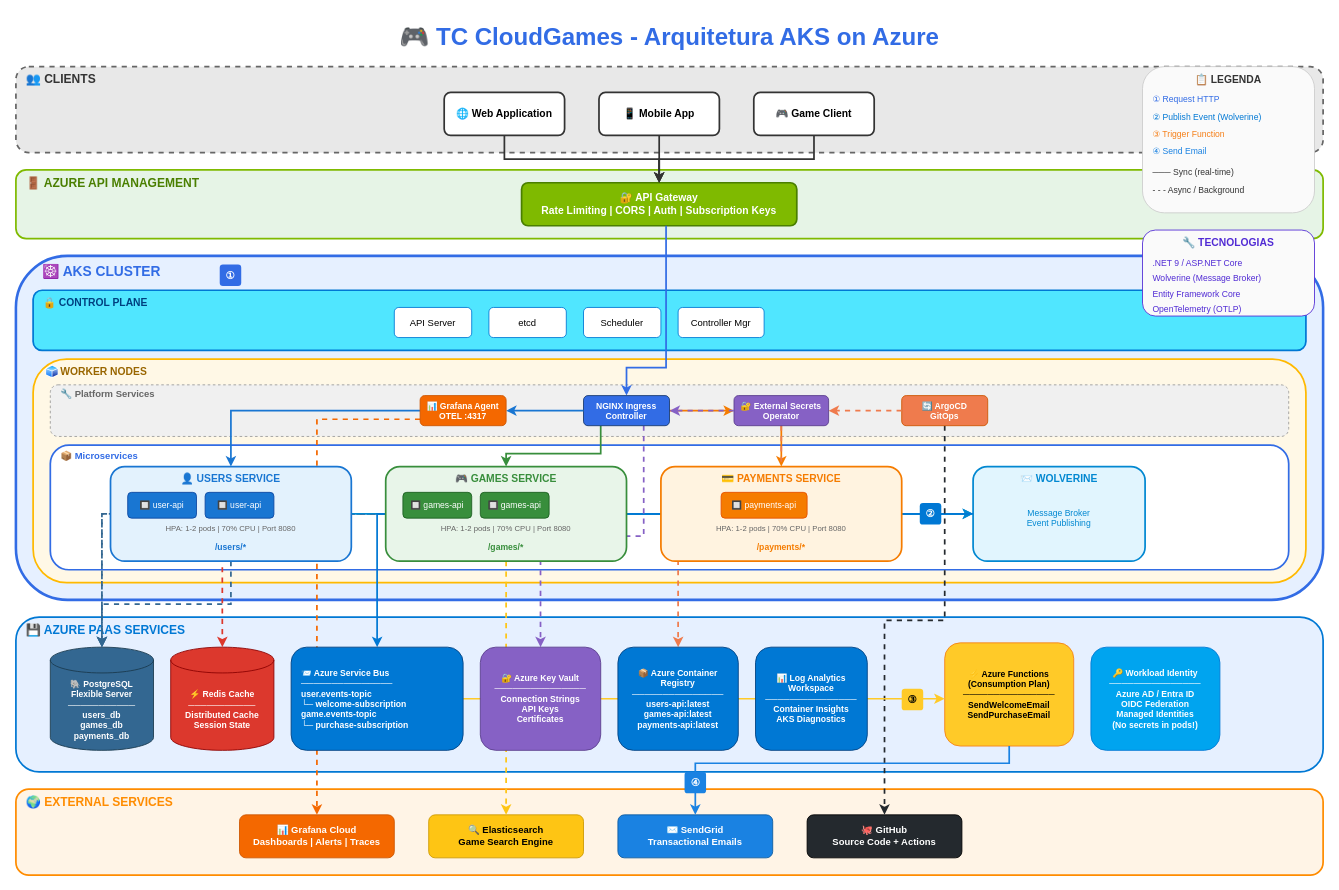
This is docs/tc-cloudgames-aks-architecture.drawio from rdpresser/tc-cloudgames-solution, a draw.io file, before an edit. Source tidied: cells renumbered, new cells numbered last; positions are measured from the earlier drawing's top-left corner, leaving out a move shared by most shapes. Both pictures are drawn from the tidied source at 86%, with x=0, y=0 at pixel (15, 15).
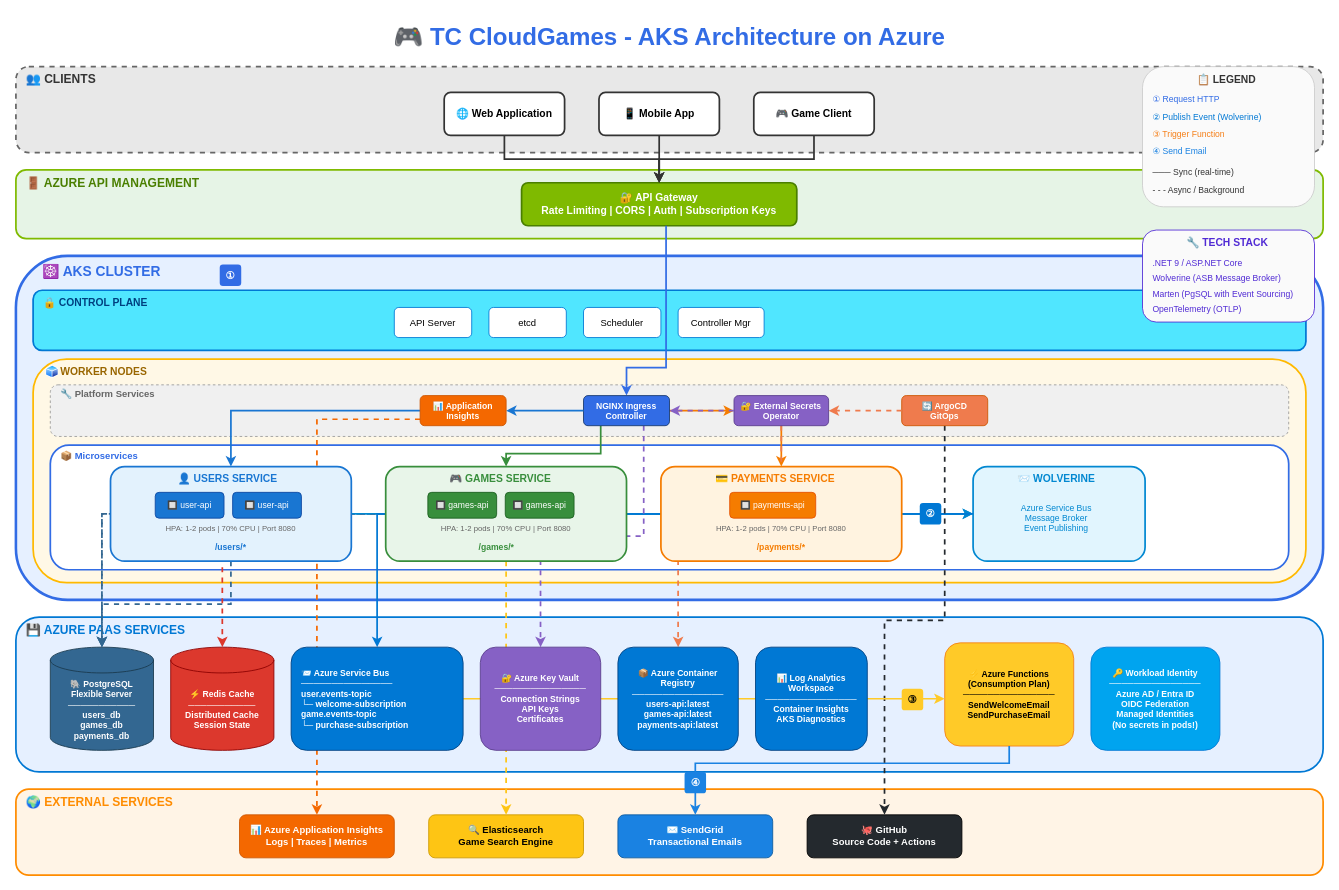
The same diagram, later.

The edit, as a diff of the source:
```diff
@@
-    <mxCell id="2" value="🎮 TC CloudGames - Arquitetura AKS on Azure" style="text;html=1;strokeColor=none;fillColor=none;align=center;verticalAlign=middle;whiteSpace=wrap;rounded=0;fontSize=28;fontStyle=1;fontColor=#326CE5;" parent="1" vertex="1">
+    <mxCell id="2" value="🎮 TC CloudGames - AKS Architecture&amp;nbsp;on Azure" style="text;html=1;strokeColor=none;fillColor=none;align=center;verticalAlign=middle;whiteSpace=wrap;rounded=0;fontSize=28;fontStyle=1;fontColor=#326CE5;" parent="1" vertex="1">
       <mxGeometry x="360" width="800" height="50" as="geometry" />
     </mxCell>
@@
     <mxCell id="26" value="📨 WOLVERINE" style="text;html=1;strokeColor=none;fillColor=none;align=center;verticalAlign=middle;whiteSpace=wrap;rounded=0;fontSize=12;fontStyle=1;fontColor=#0288D1;" parent="1" vertex="1">
-      <mxGeometry x="1113" y="530" width="200" height="20" as="geometry" />
+      <mxGeometry x="1113" y="530" width="194" height="20" as="geometry" />
     </mxCell>
-    <mxCell id="27" value="Message Broker&lt;br&gt;Event Publishing" style="text;html=1;strokeColor=none;fillColor=none;align=center;verticalAlign=middle;whiteSpace=wrap;rounded=0;fontSize=10;fontColor=#0288D1;" parent="1" vertex="1">
-      <mxGeometry x="1113" y="555" width="200" height="60" as="geometry" />
+    <mxCell id="27" value="&lt;div&gt;Azure Service Bus&lt;/div&gt;Message Broker&lt;br&gt;Event Publishing" style="text;html=1;strokeColor=none;fillColor=none;align=center;verticalAlign=middle;whiteSpace=wrap;rounded=0;fontSize=10;fontColor=#0288D1;" parent="1" vertex="1">
+      <mxGeometry x="1113" y="555" width="194" height="60" as="geometry" />
     </mxCell>
@@
-    <mxCell id="36" value="📊 Grafana Cloud&#10;Dashboards | Alerts | Traces" style="rounded=1;whiteSpace=wrap;html=1;fillColor=#F46800;strokeColor=#CC5500;fontColor=#FFFFFF;fontSize=11;fontStyle=1;" parent="1" vertex="1">
+    <mxCell id="36" value="📊 Azure Application Insights&lt;br&gt;Logs | Traces | Metrics" style="rounded=1;whiteSpace=wrap;html=1;fillColor=#F46800;strokeColor=#CC5500;fontColor=#FFFFFF;fontSize=11;fontStyle=1;" parent="1" vertex="1">
       <mxGeometry x="260" y="930" width="180" height="50" as="geometry" />
     </mxCell>
-    <mxCell id="37" value="🔍 Elasticsearch&#10;Game Search Engine" style="rounded=1;whiteSpace=wrap;html=1;fillColor=#FEC514;strokeColor=#CC9900;fontColor=#000000;fontSize=11;fontStyle=1;" parent="1" vertex="1">
+    <mxCell id="37" value="🔍 Elasticsearch&#10;Game Search Engine" style="rounded=1;whiteSpace=wrap;html=1;fillColor=#FEC514;strokeColor=#CC9900;fontColor=#000000;fontSize=11;fontStyle=1;align=center;" parent="1" vertex="1">
       <mxGeometry x="480" y="930" width="180" height="50" as="geometry" />
     </mxCell>
@@
     <mxCell id="63" style="rounded=1;whiteSpace=wrap;html=1;fillColor=#FAFAFA;strokeColor=#CCCCCC;strokeWidth=1;" parent="1" vertex="1">
-      <mxGeometry x="1310" y="60" width="200" height="170" as="geometry" />
+      <mxGeometry x="1310" y="60" width="200" height="163" as="geometry" />
     </mxCell>
-    <mxCell id="64" value="📋 LEGENDA" style="text;html=1;strokeColor=none;fillColor=none;align=center;verticalAlign=middle;whiteSpace=wrap;rounded=0;fontSize=12;fontStyle=1;fontColor=#333333;" parent="1" vertex="1">
-      <mxGeometry x="1310" y="65" width="200" height="20" as="geometry" />
+    <mxCell id="64" value="📋 LEGEND" style="text;html=1;strokeColor=none;fillColor=none;align=center;verticalAlign=middle;whiteSpace=wrap;rounded=0;fontSize=12;fontStyle=1;fontColor=#333333;" parent="1" vertex="1">
+      <mxGeometry x="1316" y="65" width="184" height="20" as="geometry" />
     </mxCell>
@@
     <mxCell id="71" style="rounded=1;whiteSpace=wrap;html=1;fillColor=#FAFAFA;strokeColor=#512BD4;strokeWidth=1;" parent="1" vertex="1">
-      <mxGeometry x="1310" y="250" width="200" height="100" as="geometry" />
+      <mxGeometry x="1310" y="250" width="200" height="107" as="geometry" />
     </mxCell>
-    <mxCell id="72" value="🔧 TECNOLOGIAS" style="text;html=1;strokeColor=none;fillColor=none;align=center;verticalAlign=middle;whiteSpace=wrap;rounded=0;fontSize=12;fontStyle=1;fontColor=#512BD4;" parent="1" vertex="1">
-      <mxGeometry x="1310" y="255" width="200" height="20" as="geometry" />
+    <mxCell id="72" value="🔧 TECH STACK" style="text;html=1;strokeColor=none;fillColor=none;align=center;verticalAlign=middle;whiteSpace=wrap;rounded=0;fontSize=12;fontStyle=1;fontColor=#512BD4;" parent="1" vertex="1">
+      <mxGeometry x="1316" y="255" width="186" height="20" as="geometry" />
     </mxCell>
@@
-    <mxCell id="74" value="Wolverine (Message Broker)" style="text;html=1;strokeColor=none;fillColor=none;align=left;verticalAlign=middle;whiteSpace=wrap;rounded=0;fontSize=10;fontColor=#512BD4;" parent="1" vertex="1">
+    <mxCell id="74" value="Wolverine (ASB Message Broker)" style="text;html=1;strokeColor=none;fillColor=none;align=left;verticalAlign=middle;whiteSpace=wrap;rounded=0;fontSize=10;fontColor=#512BD4;" parent="1" vertex="1">
       <mxGeometry x="1320" y="298" width="180" height="15" as="geometry" />
     </mxCell>
-    <mxCell id="75" value="Entity Framework Core" style="text;html=1;strokeColor=none;fillColor=none;align=left;verticalAlign=middle;whiteSpace=wrap;rounded=0;fontSize=10;fontColor=#512BD4;" parent="1" vertex="1">
+    <mxCell id="75" value="Marten (PgSQL with Event Sourcing)" style="text;html=1;strokeColor=none;fillColor=none;align=left;verticalAlign=middle;whiteSpace=wrap;rounded=0;fontSize=10;fontColor=#512BD4;" parent="1" vertex="1">
       <mxGeometry x="1320" y="316" width="180" height="15" as="geometry" />
     </mxCell>
@@
     <mxCell id="91" value="🎮 GAMES SERVICE" style="text;html=1;strokeColor=none;fillColor=none;align=center;verticalAlign=middle;whiteSpace=wrap;rounded=0;fontSize=12;fontStyle=1;fontColor=#388E3C;" parent="1" vertex="1">
-      <mxGeometry x="430" y="530" width="280" height="20" as="geometry" />
+      <mxGeometry x="430" y="530" width="267" height="20" as="geometry" />
     </mxCell>
     <mxCell id="92" value="🔲 games-api" style="rounded=1;whiteSpace=wrap;html=1;fillColor=#388E3C;strokeColor=#1B5E20;strokeWidth=1;fontSize=10;fontColor=#FFFFFF;" parent="1" vertex="1">
-      <mxGeometry x="450" y="555" width="80" height="30" as="geometry" />
+      <mxGeometry x="479" y="555" width="80" height="30" as="geometry" />
     </mxCell>
     <mxCell id="93" value="🔲 games-api" style="rounded=1;whiteSpace=wrap;html=1;fillColor=#388E3C;strokeColor=#1B5E20;strokeWidth=1;fontSize=10;fontColor=#FFFFFF;" parent="1" vertex="1">
-      <mxGeometry x="540" y="555" width="80" height="30" as="geometry" />
+      <mxGeometry x="569" y="555" width="80" height="30" as="geometry" />
     </mxCell>
@@
     <mxCell id="95" value="/games/*" style="text;html=1;strokeColor=none;fillColor=none;align=center;verticalAlign=middle;whiteSpace=wrap;rounded=0;fontSize=10;fontStyle=1;fontColor=#388E3C;" parent="1" vertex="1">
-      <mxGeometry x="430" y="610" width="280" height="15" as="geometry" />
+      <mxGeometry x="430" y="610" width="258" height="15" as="geometry" />
     </mxCell>
@@
     <mxCell id="97" value="💳 PAYMENTS SERVICE" style="text;html=1;strokeColor=none;fillColor=none;align=center;verticalAlign=middle;whiteSpace=wrap;rounded=0;fontSize=12;fontStyle=1;fontColor=#F57C00;" parent="1" vertex="1">
-      <mxGeometry x="750" y="530" width="280" height="20" as="geometry" />
+      <mxGeometry x="750" y="530" width="266" height="20" as="geometry" />
     </mxCell>
     <mxCell id="98" value="🔲 payments-api" style="rounded=1;whiteSpace=wrap;html=1;fillColor=#F57C00;strokeColor=#E65100;strokeWidth=1;fontSize=10;fontColor=#FFFFFF;" parent="1" vertex="1">
-      <mxGeometry x="820" y="555" width="100" height="30" as="geometry" />
+      <mxGeometry x="830" y="555" width="100" height="30" as="geometry" />
     </mxCell>
@@
-    <mxCell id="102" value="📊 Grafana Agent&#10;OTEL :4317" style="rounded=1;whiteSpace=wrap;html=1;fillColor=#F46800;strokeColor=#CC5500;strokeWidth=1;fontSize=10;fontColor=#FFFFFF;fontStyle=1;" parent="1" vertex="1">
+    <mxCell id="102" value="📊 Application Insights" style="rounded=1;whiteSpace=wrap;html=1;fillColor=#F46800;strokeColor=#CC5500;strokeWidth=1;fontSize=10;fontColor=#FFFFFF;fontStyle=1;" parent="1" vertex="1">
       <mxGeometry x="470" y="442.5" width="100" height="35" as="geometry" />
     </mxCell>
@@
     <mxCell id="104" value="👤 USERS SERVICE" style="text;html=1;strokeColor=none;fillColor=none;align=center;verticalAlign=middle;whiteSpace=wrap;rounded=0;fontSize=12;fontStyle=1;fontColor=#1976D2;" parent="1" vertex="1">
-      <mxGeometry x="110" y="530" width="280" height="20" as="geometry" />
+      <mxGeometry x="110" y="530" width="273" height="20" as="geometry" />
     </mxCell>
     <mxCell id="105" value="🔲 user-api" style="rounded=1;whiteSpace=wrap;html=1;fillColor=#1976D2;strokeColor=#0D47A1;strokeWidth=1;fontSize=10;fontColor=#FFFFFF;" parent="1" vertex="1">
-      <mxGeometry x="130" y="555" width="80" height="30" as="geometry" />
+      <mxGeometry x="162" y="555" width="80" height="30" as="geometry" />
     </mxCell>
     <mxCell id="106" value="🔲 user-api" style="rounded=1;whiteSpace=wrap;html=1;fillColor=#1976D2;strokeColor=#0D47A1;strokeWidth=1;fontSize=10;fontColor=#FFFFFF;" parent="1" vertex="1">
-      <mxGeometry x="220" y="555" width="80" height="30" as="geometry" />
+      <mxGeometry x="252" y="555" width="80" height="30" as="geometry" />
     </mxCell>
```
